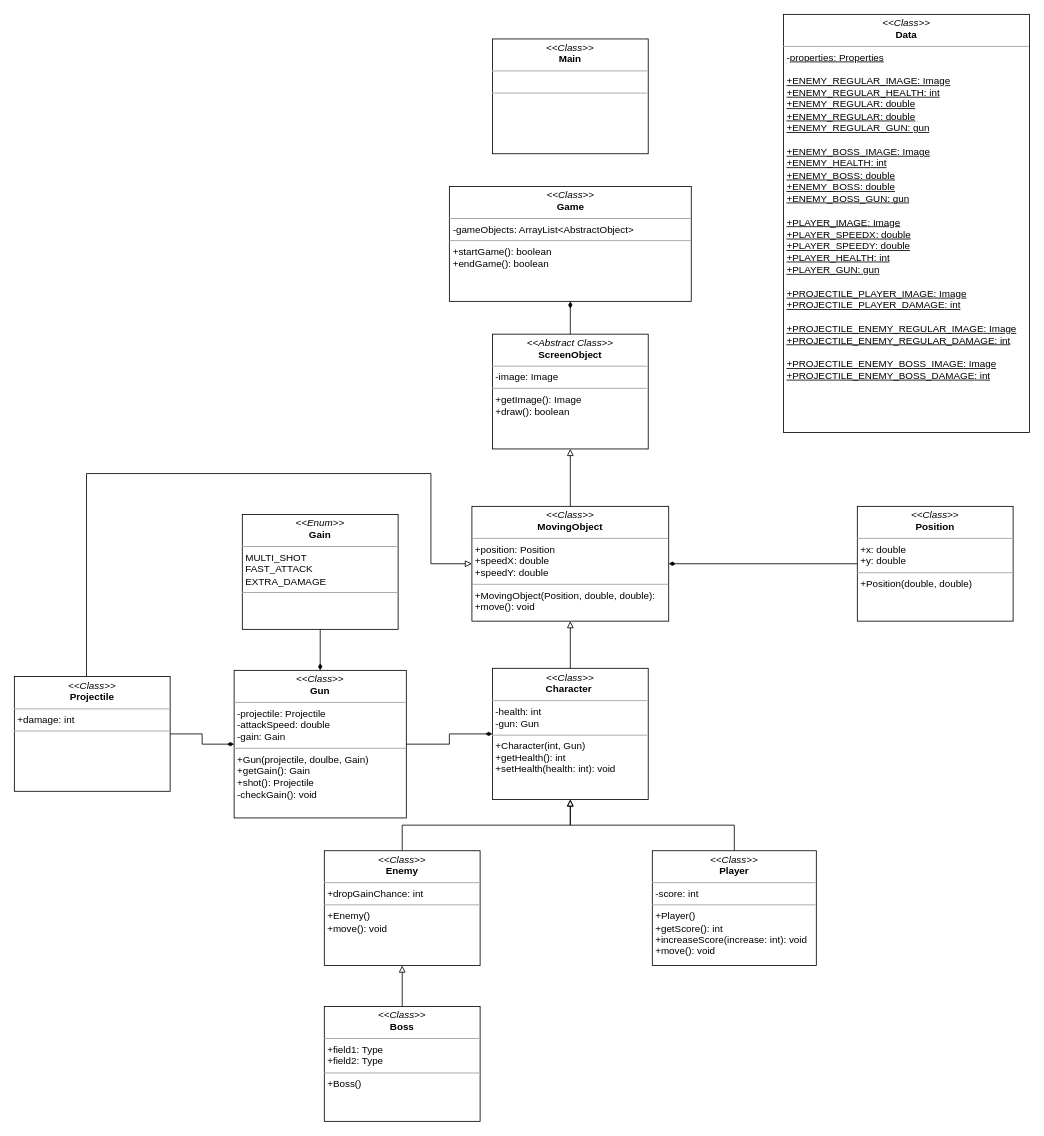
Before: Untitled Diagram.drawio in mifeus42/UML, a draw.io diagram. Source tidied: cells renumbered, new cells numbered last; positions are measured from the earlier drawing's top-left corner, leaving out a move shared by most shapes. Both pictures are drawn from the tidied source at 82%, with x=0, y=0 at pixel (14, 14).
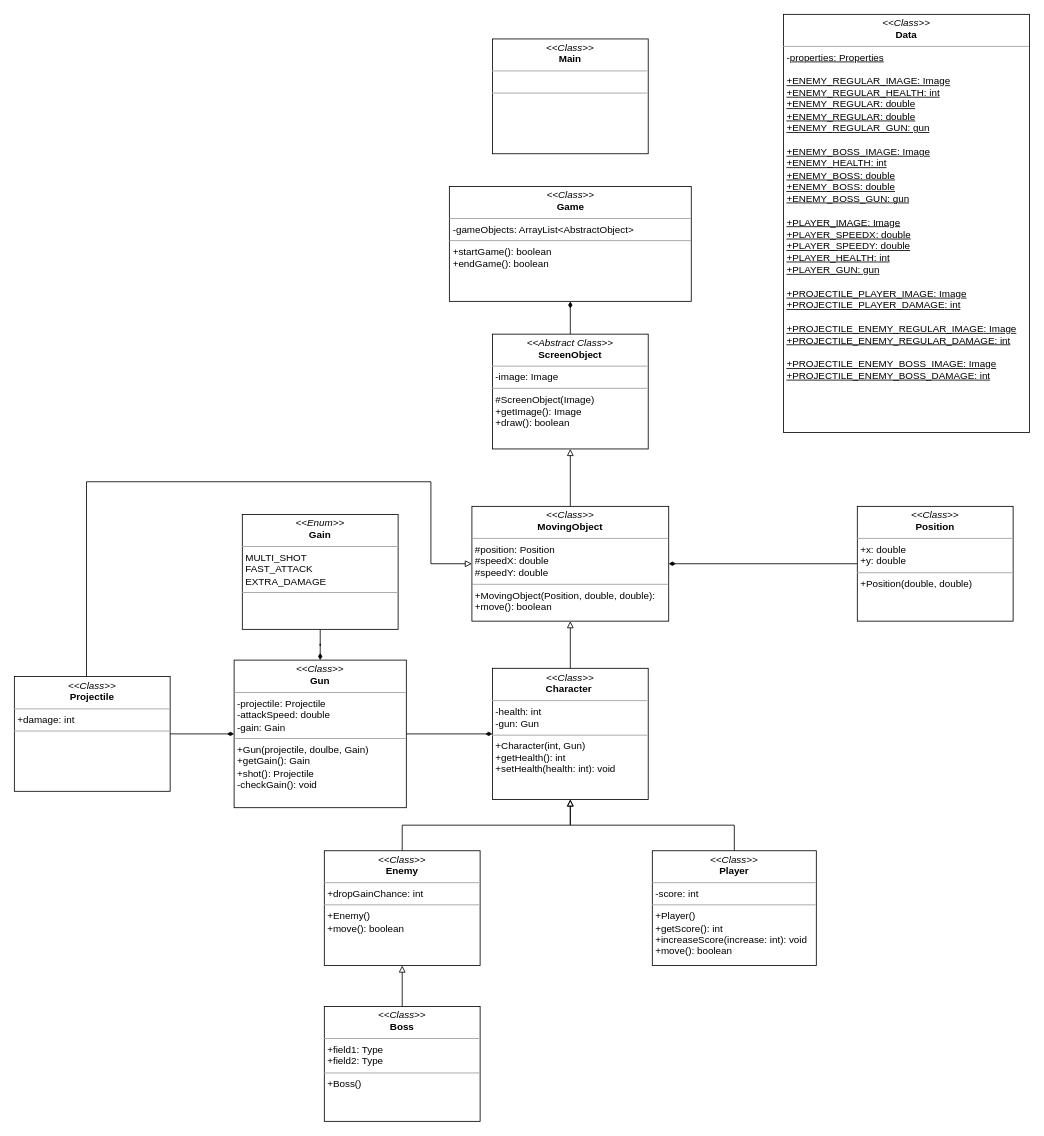
After the change.

Unchanged cells that the change refers to:
```xml
<mxCell id="18" value="&lt;p style=&quot;margin: 0px ; margin-top: 4px ; text-align: center&quot;&gt;&lt;i&gt;&amp;lt;&amp;lt;Class&amp;gt;&amp;gt;&lt;/i&gt;&lt;br&gt;&lt;b&gt;Projectile&lt;/b&gt;&lt;/p&gt;&lt;hr size=&quot;1&quot;&gt;&lt;p style=&quot;margin: 0px ; margin-left: 4px&quot;&gt;+damage: int&lt;br&gt;&lt;/p&gt;&lt;hr size=&quot;1&quot;&gt;&lt;p style=&quot;margin: 0px ; margin-left: 4px&quot;&gt;&lt;br&gt;&lt;/p&gt;" style="verticalAlign=top;align=left;overflow=fill;fontSize=12;fontFamily=Helvetica;html=1;" parent="1" vertex="1">
  <mxGeometry y="807.5" width="190" height="140" as="geometry" />
</mxCell>
```

The edit, as a diff of the source:
```diff
@@
     <mxCell id="5" value="&lt;p style=&quot;margin: 0px ; margin-top: 4px ; text-align: center&quot;&gt;&lt;i&gt;&amp;lt;&amp;lt;Class&amp;gt;&amp;gt;&lt;/i&gt;&lt;br&gt;&lt;b&gt;Gun&lt;/b&gt;&lt;/p&gt;&lt;hr size=&quot;1&quot;&gt;&lt;p style=&quot;margin: 0px ; margin-left: 4px&quot;&gt;-projectile: Projectile&lt;br&gt;-attackSpeed: double&lt;br&gt;&lt;/p&gt;&lt;p style=&quot;margin: 0px ; margin-left: 4px&quot;&gt;-gain: Gain&lt;/p&gt;&lt;hr size=&quot;1&quot;&gt;&lt;p style=&quot;margin: 0px ; margin-left: 4px&quot;&gt;+Gun(projectile, doulbe, Gain)&lt;/p&gt;&lt;p style=&quot;margin: 0px ; margin-left: 4px&quot;&gt;+getGain(): Gain&lt;/p&gt;&lt;p style=&quot;margin: 0px ; margin-left: 4px&quot;&gt;+shot(): Projectile&lt;br&gt;&lt;/p&gt;&lt;p style=&quot;margin: 0px ; margin-left: 4px&quot;&gt;-checkGain(): void&lt;/p&gt;" style="verticalAlign=top;align=left;overflow=fill;fontSize=12;fontFamily=Helvetica;html=1;" parent="1" vertex="1">
-      <mxGeometry x="268" y="800" width="210" height="180" as="geometry" />
+      <mxGeometry x="268" y="787.5" width="210" height="180" as="geometry" />
     </mxCell>
@@
-    <mxCell id="7" value="&lt;p style=&quot;margin: 0px ; margin-top: 4px ; text-align: center&quot;&gt;&lt;i&gt;&amp;lt;&amp;lt;Class&amp;gt;&amp;gt;&lt;/i&gt;&lt;br&gt;&lt;b&gt;Player&lt;/b&gt;&lt;/p&gt;&lt;hr size=&quot;1&quot;&gt;&lt;p style=&quot;margin: 0px ; margin-left: 4px&quot;&gt;-score: int&lt;br&gt;&lt;/p&gt;&lt;hr size=&quot;1&quot;&gt;&lt;p style=&quot;margin: 0px ; margin-left: 4px&quot;&gt;+Player()&lt;/p&gt;&lt;p style=&quot;margin: 0px ; margin-left: 4px&quot;&gt;+getScore(): int&lt;/p&gt;&lt;p style=&quot;margin: 0px ; margin-left: 4px&quot;&gt;+increaseScore(increase: int): void&amp;nbsp;&lt;br&gt;+move(): void&lt;br&gt;&lt;/p&gt;" style="verticalAlign=top;align=left;overflow=fill;fontSize=12;fontFamily=Helvetica;html=1;" parent="1" vertex="1">
+    <mxCell id="7" value="&lt;p style=&quot;margin: 0px ; margin-top: 4px ; text-align: center&quot;&gt;&lt;i&gt;&amp;lt;&amp;lt;Class&amp;gt;&amp;gt;&lt;/i&gt;&lt;br&gt;&lt;b&gt;Player&lt;/b&gt;&lt;/p&gt;&lt;hr size=&quot;1&quot;&gt;&lt;p style=&quot;margin: 0px ; margin-left: 4px&quot;&gt;-score: int&lt;br&gt;&lt;/p&gt;&lt;hr size=&quot;1&quot;&gt;&lt;p style=&quot;margin: 0px ; margin-left: 4px&quot;&gt;+Player()&lt;/p&gt;&lt;p style=&quot;margin: 0px ; margin-left: 4px&quot;&gt;+getScore(): int&lt;/p&gt;&lt;p style=&quot;margin: 0px ; margin-left: 4px&quot;&gt;+increaseScore(increase: int): void&amp;nbsp;&lt;br&gt;+move(): boolean&lt;br&gt;&lt;/p&gt;" style="verticalAlign=top;align=left;overflow=fill;fontSize=12;fontFamily=Helvetica;html=1;" parent="1" vertex="1">
       <mxGeometry x="778" y="1020" width="200" height="140" as="geometry" />
     </mxCell>
@@
-    <mxCell id="9" value="&lt;p style=&quot;margin: 0px ; margin-top: 4px ; text-align: center&quot;&gt;&lt;i&gt;&amp;lt;&amp;lt;Class&amp;gt;&amp;gt;&lt;/i&gt;&lt;br&gt;&lt;b&gt;Enemy&lt;/b&gt;&lt;/p&gt;&lt;hr size=&quot;1&quot;&gt;&lt;p style=&quot;margin: 0px ; margin-left: 4px&quot;&gt;+dropGainChance: int&lt;br&gt;&lt;/p&gt;&lt;hr size=&quot;1&quot;&gt;&lt;p style=&quot;margin: 0px ; margin-left: 4px&quot;&gt;+Enemy()&lt;/p&gt;&lt;p style=&quot;margin: 0px ; margin-left: 4px&quot;&gt;+move(): void&lt;/p&gt;" style="verticalAlign=top;align=left;overflow=fill;fontSize=12;fontFamily=Helvetica;html=1;" parent="1" vertex="1">
+    <mxCell id="9" value="&lt;p style=&quot;margin: 0px ; margin-top: 4px ; text-align: center&quot;&gt;&lt;i&gt;&amp;lt;&amp;lt;Class&amp;gt;&amp;gt;&lt;/i&gt;&lt;br&gt;&lt;b&gt;Enemy&lt;/b&gt;&lt;/p&gt;&lt;hr size=&quot;1&quot;&gt;&lt;p style=&quot;margin: 0px ; margin-left: 4px&quot;&gt;+dropGainChance: int&lt;br&gt;&lt;/p&gt;&lt;hr size=&quot;1&quot;&gt;&lt;p style=&quot;margin: 0px ; margin-left: 4px&quot;&gt;+Enemy()&lt;/p&gt;&lt;p style=&quot;margin: 0px ; margin-left: 4px&quot;&gt;+move(): boolean&lt;br&gt;&lt;/p&gt;" style="verticalAlign=top;align=left;overflow=fill;fontSize=12;fontFamily=Helvetica;html=1;" parent="1" vertex="1">
       <mxGeometry x="378" y="1020" width="190" height="140" as="geometry" />
     </mxCell>
@@
-    <mxCell id="11" value="&lt;p style=&quot;margin: 0px ; margin-top: 4px ; text-align: center&quot;&gt;&lt;i&gt;&amp;lt;&amp;lt;Abstract Class&amp;gt;&amp;gt;&lt;/i&gt;&lt;br&gt;&lt;b&gt;ScreenObject&lt;/b&gt;&lt;/p&gt;&lt;hr size=&quot;1&quot;&gt;&lt;p style=&quot;margin: 0px ; margin-left: 4px&quot;&gt;-image: Image&lt;/p&gt;&lt;hr size=&quot;1&quot;&gt;&lt;p style=&quot;margin: 0px ; margin-left: 4px&quot;&gt;+getImage(): Image&lt;/p&gt;&lt;p style=&quot;margin: 0px ; margin-left: 4px&quot;&gt;+draw(): boolean&lt;/p&gt;" style="verticalAlign=top;align=left;overflow=fill;fontSize=12;fontFamily=Helvetica;html=1;" parent="1" vertex="1">
+    <mxCell id="11" value="&lt;p style=&quot;margin: 0px ; margin-top: 4px ; text-align: center&quot;&gt;&lt;i&gt;&amp;lt;&amp;lt;Abstract Class&amp;gt;&amp;gt;&lt;/i&gt;&lt;br&gt;&lt;b&gt;ScreenObject&lt;/b&gt;&lt;/p&gt;&lt;hr size=&quot;1&quot;&gt;&lt;p style=&quot;margin: 0px ; margin-left: 4px&quot;&gt;-image: Image&lt;/p&gt;&lt;hr size=&quot;1&quot;&gt;&lt;p style=&quot;margin: 0px ; margin-left: 4px&quot;&gt;#ScreenObject(Image)&lt;/p&gt;&lt;p style=&quot;margin: 0px ; margin-left: 4px&quot;&gt;+getImage(): Image&lt;/p&gt;&lt;p style=&quot;margin: 0px ; margin-left: 4px&quot;&gt;+draw(): boolean&lt;/p&gt;" style="verticalAlign=top;align=left;overflow=fill;fontSize=12;fontFamily=Helvetica;html=1;" parent="1" vertex="1">
       <mxGeometry x="583" y="390" width="190" height="140" as="geometry" />
     </mxCell>
@@
-    <mxCell id="13" value="&lt;p style=&quot;margin: 0px ; margin-top: 4px ; text-align: center&quot;&gt;&lt;i&gt;&amp;lt;&amp;lt;Class&amp;gt;&amp;gt;&lt;/i&gt;&lt;br&gt;&lt;b&gt;MovingObject&lt;/b&gt;&lt;/p&gt;&lt;hr size=&quot;1&quot;&gt;&lt;p style=&quot;margin: 0px ; margin-left: 4px&quot;&gt;+position: Position&lt;br&gt;&lt;/p&gt;&lt;p style=&quot;margin: 0px ; margin-left: 4px&quot;&gt;+speedX: double&lt;/p&gt;&lt;p style=&quot;margin: 0px ; margin-left: 4px&quot;&gt;+speedY: double&lt;/p&gt;&lt;hr size=&quot;1&quot;&gt;&lt;p style=&quot;margin: 0px ; margin-left: 4px&quot;&gt;+MovingObject(Position, double, double):&lt;/p&gt;&lt;p style=&quot;margin: 0px ; margin-left: 4px&quot;&gt;+move(): void&lt;br&gt;&lt;/p&gt;" style="verticalAlign=top;align=left;overflow=fill;fontSize=12;fontFamily=Helvetica;html=1;" parent="1" vertex="1">
+    <mxCell id="13" value="&lt;p style=&quot;margin: 0px ; margin-top: 4px ; text-align: center&quot;&gt;&lt;i&gt;&amp;lt;&amp;lt;Class&amp;gt;&amp;gt;&lt;/i&gt;&lt;br&gt;&lt;b&gt;MovingObject&lt;/b&gt;&lt;/p&gt;&lt;hr size=&quot;1&quot;&gt;&lt;p style=&quot;margin: 0px ; margin-left: 4px&quot;&gt;#position: Position&lt;br&gt;&lt;/p&gt;&lt;p style=&quot;margin: 0px ; margin-left: 4px&quot;&gt;#speedX: double&lt;/p&gt;&lt;p style=&quot;margin: 0px ; margin-left: 4px&quot;&gt;#speedY: double&lt;/p&gt;&lt;hr size=&quot;1&quot;&gt;&lt;p style=&quot;margin: 0px ; margin-left: 4px&quot;&gt;+MovingObject(Position, double, double):&lt;/p&gt;&lt;p style=&quot;margin: 0px ; margin-left: 4px&quot;&gt;+move(): boolean&lt;br&gt;&lt;/p&gt;" style="verticalAlign=top;align=left;overflow=fill;fontSize=12;fontFamily=Helvetica;html=1;" parent="1" vertex="1">
       <mxGeometry x="558" y="600" width="240" height="140" as="geometry" />
     </mxCell>
@@
     <mxCell id="17" style="edgeStyle=orthogonalEdgeStyle;rounded=0;jettySize=auto;html=1;entryX=0;entryY=0.5;entryDx=0;entryDy=0;startArrow=none;startFill=0;endArrow=block;endFill=0;" parent="1" edge="1" source="18" target="13">
       <mxGeometry relative="1" as="geometry">
         <Array as="points">
-          <mxPoint x="88" y="560" />
-          <mxPoint x="508" y="560" />
+          <mxPoint x="88" y="570" />
+          <mxPoint x="508" y="570" />
           <mxPoint x="508" y="670" />
         </Array>
       </mxGeometry>
     </mxCell>
```
